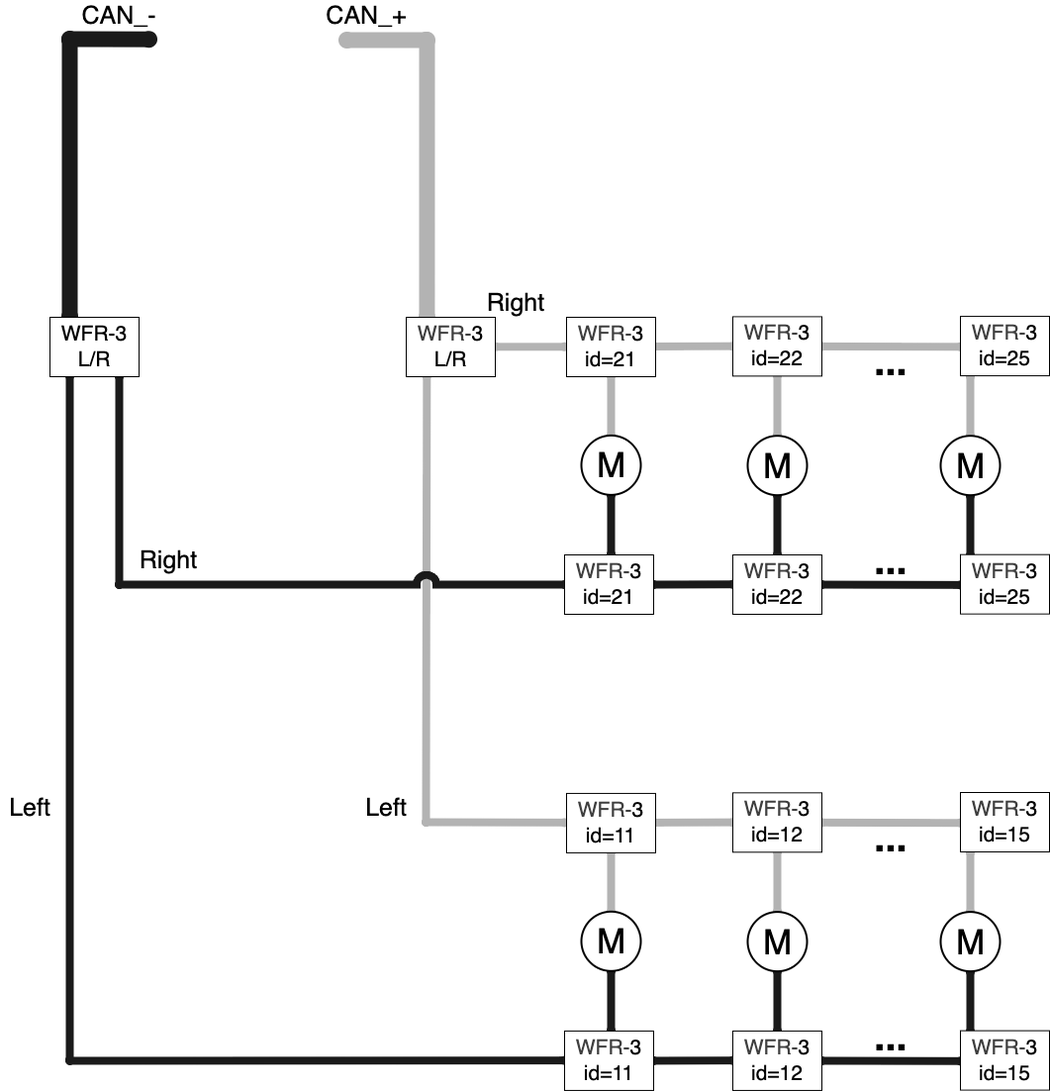
Above: electronics/design/circuit_can.drawio.png in kim-xps12/bsl-droid (draw.io), before the change. Source tidied: cells renumbered, new cells last; positions are measured from the earlier drawing's top-left corner, leaving out a move shared by most shapes.
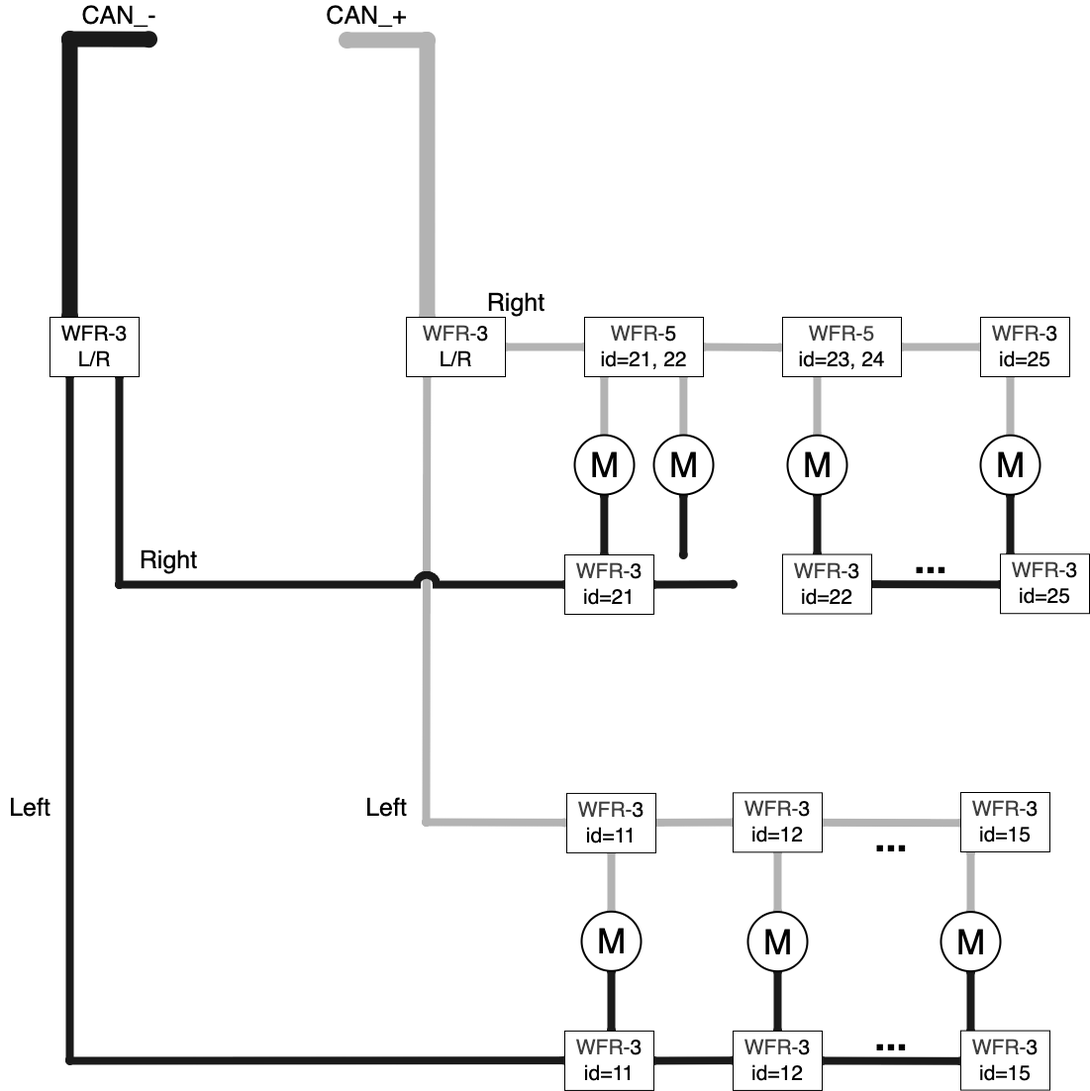
After the change.

Change to the diagram source:
```diff
@@ -2,6 +2,21 @@
   <root>
     <mxCell id="0" />
     <mxCell id="1" parent="0" />
+    <mxCell id="63" style="endArrow=oval;html=1;entryX=1;entryY=0.5;entryDx=0;entryDy=0;entryPerimeter=0;strokeColor=#B3B3B3;strokeWidth=8;targetPerimeterSpacing=0;sourcePerimeterSpacing=0;startArrow=oval;startFill=1;endFill=1;endSize=1;startSize=1;" parent="1" edge="1">
+      <mxGeometry relative="1" as="geometry">
+        <mxPoint x="689.9" y="440" as="sourcePoint" />
+        <mxPoint x="689.9" y="380" as="targetPoint" />
+      </mxGeometry>
+    </mxCell>
+    <mxCell id="64" style="endArrow=oval;html=1;entryX=1;entryY=0.5;entryDx=0;entryDy=0;entryPerimeter=0;strokeColor=#1A1A1A;strokeWidth=8;targetPerimeterSpacing=0;sourcePerimeterSpacing=0;startArrow=oval;startFill=1;endFill=1;endSize=1;startSize=1;" parent="1" edge="1">
+      <mxGeometry relative="1" as="geometry">
+        <mxPoint x="689.9" y="560" as="sourcePoint" />
+        <mxPoint x="689.9" y="500" as="targetPoint" />
+      </mxGeometry>
+    </mxCell>
+    <mxCell id="65" value="M" style="verticalLabelPosition=middle;shadow=0;dashed=0;align=center;html=1;verticalAlign=middle;strokeWidth=2;shape=ellipse;fontSize=35;" parent="1" vertex="1">
+      <mxGeometry x="660" y="439.1" width="60" height="60" as="geometry" />
+    </mxCell>
     <mxCell id="2" style="endArrow=oval;html=1;entryX=1;entryY=0.5;entryDx=0;entryDy=0;entryPerimeter=0;strokeColor=#B3B3B3;strokeWidth=8;targetPerimeterSpacing=0;sourcePerimeterSpacing=0;endSize=1;startSize=1;startArrow=oval;startFill=1;endFill=1;" parent="1" edge="1">
       <mxGeometry relative="1" as="geometry">
         <mxPoint x="430" y="830" as="sourcePoint" />
@@ -22,17 +37,14 @@
     </mxCell>
     <mxCell id="5" style="endArrow=oval;html=1;entryX=1;entryY=0.5;entryDx=0;entryDy=0;entryPerimeter=0;strokeColor=#B3B3B3;strokeWidth=8;targetPerimeterSpacing=0;sourcePerimeterSpacing=0;startArrow=oval;startFill=1;endFill=1;endSize=1;startSize=1;" parent="1" edge="1">
       <mxGeometry relative="1" as="geometry">
-        <mxPoint x="617" y="439.4" as="sourcePoint" />
-        <mxPoint x="617" y="379.4" as="targetPoint" />
+        <mxPoint x="609.9" y="440" as="sourcePoint" />
+        <mxPoint x="609.9" y="380" as="targetPoint" />
       </mxGeometry>
     </mxCell>
-    <mxCell id="6" value="&lt;font style=&quot;font-size: 40px;&quot;&gt;&lt;b style=&quot;&quot;&gt;...&lt;/b&gt;&lt;/font&gt;" style="text;html=1;align=center;verticalAlign=middle;whiteSpace=wrap;rounded=0;" parent="1" vertex="1">
-      <mxGeometry x="870" y="349.1" width="60" height="30" as="geometry" />
-    </mxCell>
     <mxCell id="7" style="endArrow=oval;html=1;entryX=1;entryY=0.5;entryDx=0;entryDy=0;entryPerimeter=0;strokeColor=#B3B3B3;strokeWidth=8;targetPerimeterSpacing=0;sourcePerimeterSpacing=0;startArrow=oval;startFill=1;endFill=1;endSize=1;startSize=1;" parent="1" edge="1">
       <mxGeometry relative="1" as="geometry">
-        <mxPoint x="785" y="439.1" as="sourcePoint" />
-        <mxPoint x="785" y="379.1" as="targetPoint" />
+        <mxPoint x="825" y="438.6" as="sourcePoint" />
+        <mxPoint x="825" y="378.6" as="targetPoint" />
       </mxGeometry>
     </mxCell>
     <mxCell id="8" style="endArrow=oval;html=1;strokeColor=#1A1A1A;strokeWidth=16;targetPerimeterSpacing=0;sourcePerimeterSpacing=0;endSize=1;startSize=1;startArrow=oval;startFill=1;endFill=1;" parent="1" edge="1">
@@ -59,43 +71,34 @@
         <mxPoint x="570" y="590" as="targetPoint" />
       </mxGeometry>
     </mxCell>
-    <mxCell id="12" style="endArrow=oval;html=1;entryX=1;entryY=0.5;entryDx=0;entryDy=0;entryPerimeter=0;strokeColor=#B3B3B3;strokeWidth=8;targetPerimeterSpacing=0;sourcePerimeterSpacing=0;startArrow=oval;startFill=1;endFill=1;endSize=1;startSize=1;" parent="1" edge="1">
-      <mxGeometry relative="1" as="geometry">
-        <mxPoint x="570" y="349.8" as="sourcePoint" />
-        <mxPoint x="500" y="349.8" as="targetPoint" />
-      </mxGeometry>
+    <mxCell id="12" style="endArrow=oval;html=1;entryX=1;entryY=0.5;entryDx=0;entryDy=0;strokeColor=#B3B3B3;strokeWidth=8;targetPerimeterSpacing=0;sourcePerimeterSpacing=0;startArrow=oval;startFill=1;endFill=1;endSize=1;startSize=1;exitX=0;exitY=0.5;exitDx=0;exitDy=0;" parent="1" edge="1" source="38" target="33">
+      <mxGeometry relative="1" as="geometry" />
     </mxCell>
-    <mxCell id="13" style="endArrow=oval;html=1;entryX=1;entryY=0.5;entryDx=0;entryDy=0;entryPerimeter=0;strokeColor=#B3B3B3;strokeWidth=8;targetPerimeterSpacing=0;sourcePerimeterSpacing=0;startArrow=oval;startFill=1;endFill=1;endSize=1;startSize=1;exitX=0;exitY=0.5;exitDx=0;exitDy=0;" parent="1" edge="1">
-      <mxGeometry relative="1" as="geometry">
-        <mxPoint x="740" y="349.2" as="sourcePoint" />
-        <mxPoint x="660" y="349.5" as="targetPoint" />
-      </mxGeometry>
+    <mxCell id="13" style="endArrow=oval;html=1;entryX=1;entryY=0.5;entryDx=0;entryDy=0;strokeColor=#B3B3B3;strokeWidth=8;targetPerimeterSpacing=0;sourcePerimeterSpacing=0;startArrow=oval;startFill=1;endFill=1;endSize=1;startSize=1;exitX=-0.024;exitY=0.508;exitDx=0;exitDy=0;exitPerimeter=0;" parent="1" edge="1" source="40" target="38">
+      <mxGeometry relative="1" as="geometry" />
     </mxCell>
-    <mxCell id="14" style="endArrow=oval;html=1;entryX=1;entryY=0.5;entryDx=0;entryDy=0;entryPerimeter=0;strokeColor=#B3B3B3;strokeWidth=8;targetPerimeterSpacing=0;sourcePerimeterSpacing=0;startArrow=oval;startFill=1;endFill=1;endSize=1;startSize=1;" parent="1" edge="1">
-      <mxGeometry relative="1" as="geometry">
-        <mxPoint x="970" y="349.8" as="sourcePoint" />
-        <mxPoint x="830" y="349.4" as="targetPoint" />
-      </mxGeometry>
+    <mxCell id="14" style="endArrow=oval;html=1;entryX=1;entryY=0.5;entryDx=0;entryDy=0;strokeColor=#B3B3B3;strokeWidth=8;targetPerimeterSpacing=0;sourcePerimeterSpacing=0;startArrow=oval;startFill=1;endFill=1;endSize=1;startSize=1;exitX=0;exitY=0.5;exitDx=0;exitDy=0;" parent="1" edge="1" source="34" target="40">
+      <mxGeometry relative="1" as="geometry" />
     </mxCell>
     <mxCell id="15" style="endArrow=oval;html=1;entryX=1;entryY=0.5;entryDx=0;entryDy=0;entryPerimeter=0;strokeColor=#B3B3B3;strokeWidth=8;targetPerimeterSpacing=0;sourcePerimeterSpacing=0;startArrow=oval;startFill=1;endFill=1;endSize=1;startSize=1;" parent="1" edge="1">
       <mxGeometry relative="1" as="geometry">
-        <mxPoint x="980" y="439.7" as="sourcePoint" />
-        <mxPoint x="980" y="379.7" as="targetPoint" />
+        <mxPoint x="1020" y="439.2" as="sourcePoint" />
+        <mxPoint x="1020" y="379.2" as="targetPoint" />
       </mxGeometry>
     </mxCell>
     <mxCell id="16" style="endArrow=oval;html=1;entryX=1;entryY=0.5;entryDx=0;entryDy=0;entryPerimeter=0;strokeColor=#1A1A1A;strokeWidth=8;targetPerimeterSpacing=0;sourcePerimeterSpacing=0;startArrow=oval;startFill=1;endFill=1;endSize=1;startSize=1;" parent="1" edge="1">
       <mxGeometry relative="1" as="geometry">
-        <mxPoint x="617" y="559.4" as="sourcePoint" />
-        <mxPoint x="617" y="499.4" as="targetPoint" />
+        <mxPoint x="609.9" y="560" as="sourcePoint" />
+        <mxPoint x="609.9" y="500" as="targetPoint" />
       </mxGeometry>
     </mxCell>
     <mxCell id="17" value="&lt;font style=&quot;font-size: 40px;&quot;&gt;&lt;b style=&quot;&quot;&gt;...&lt;/b&gt;&lt;/font&gt;" style="text;html=1;align=center;verticalAlign=middle;whiteSpace=wrap;rounded=0;" parent="1" vertex="1">
-      <mxGeometry x="870" y="549.7" width="60" height="30" as="geometry" />
+      <mxGeometry x="910" y="549.2" width="60" height="30" as="geometry" />
     </mxCell>
     <mxCell id="18" style="endArrow=oval;html=1;entryX=1;entryY=0.5;entryDx=0;entryDy=0;entryPerimeter=0;strokeColor=#1A1A1A;strokeWidth=8;targetPerimeterSpacing=0;sourcePerimeterSpacing=0;startArrow=oval;startFill=1;endFill=1;endSize=1;startSize=1;" parent="1" edge="1">
       <mxGeometry relative="1" as="geometry">
-        <mxPoint x="785" y="559.7" as="sourcePoint" />
-        <mxPoint x="785" y="499.7" as="targetPoint" />
+        <mxPoint x="825" y="559.2" as="sourcePoint" />
+        <mxPoint x="825" y="499.2" as="targetPoint" />
       </mxGeometry>
     </mxCell>
     <mxCell id="19" style="endArrow=oval;html=1;entryX=1;entryY=0.5;entryDx=0;entryDy=0;entryPerimeter=0;strokeColor=#1A1A1A;strokeWidth=8;targetPerimeterSpacing=0;sourcePerimeterSpacing=0;startArrow=oval;startFill=1;endFill=1;endSize=1;startSize=1;exitX=0;exitY=0.5;exitDx=0;exitDy=0;" parent="1" edge="1">
@@ -106,24 +109,24 @@
     </mxCell>
     <mxCell id="20" style="endArrow=oval;html=1;entryX=1;entryY=0.5;entryDx=0;entryDy=0;entryPerimeter=0;strokeColor=#1A1A1A;strokeWidth=8;targetPerimeterSpacing=0;sourcePerimeterSpacing=0;startArrow=oval;startFill=1;endFill=1;endSize=1;startSize=1;" parent="1" edge="1">
       <mxGeometry relative="1" as="geometry">
-        <mxPoint x="970" y="590.4" as="sourcePoint" />
-        <mxPoint x="830" y="590" as="targetPoint" />
+        <mxPoint x="1010" y="589.9" as="sourcePoint" />
+        <mxPoint x="870" y="589.6" as="targetPoint" />
       </mxGeometry>
     </mxCell>
     <mxCell id="21" style="endArrow=oval;html=1;entryX=1;entryY=0.5;entryDx=0;entryDy=0;entryPerimeter=0;strokeColor=#1A1A1A;strokeWidth=8;targetPerimeterSpacing=0;sourcePerimeterSpacing=0;startArrow=oval;startFill=1;endFill=1;endSize=1;startSize=1;" parent="1" edge="1">
       <mxGeometry relative="1" as="geometry">
-        <mxPoint x="980" y="560.3" as="sourcePoint" />
-        <mxPoint x="980" y="500.3" as="targetPoint" />
+        <mxPoint x="1020" y="559.8" as="sourcePoint" />
+        <mxPoint x="1020" y="499.8" as="targetPoint" />
       </mxGeometry>
     </mxCell>
     <mxCell id="22" value="M" style="verticalLabelPosition=middle;shadow=0;dashed=0;align=center;html=1;verticalAlign=middle;strokeWidth=2;shape=ellipse;fontSize=35;" parent="1" vertex="1">
-      <mxGeometry x="587" y="439.4" width="60" height="60" as="geometry" />
+      <mxGeometry x="580" y="439.1" width="60" height="60" as="geometry" />
     </mxCell>
     <mxCell id="23" value="M" style="verticalLabelPosition=middle;shadow=0;dashed=0;align=center;html=1;verticalAlign=middle;strokeWidth=2;shape=ellipse;fontSize=35;" parent="1" vertex="1">
-      <mxGeometry x="755" y="439.7" width="60" height="60" as="geometry" />
+      <mxGeometry x="795" y="439.2" width="60" height="60" as="geometry" />
     </mxCell>
     <mxCell id="24" value="M" style="verticalLabelPosition=middle;shadow=0;dashed=0;align=center;html=1;verticalAlign=middle;strokeWidth=2;shape=ellipse;fontSize=35;" parent="1" vertex="1">
-      <mxGeometry x="950" y="439.7" width="60" height="60" as="geometry" />
+      <mxGeometry x="990" y="439.2" width="60" height="60" as="geometry" />
     </mxCell>
     <mxCell id="25" value="&lt;font style=&quot;font-size: 25px;&quot;&gt;Right&lt;/font&gt;" style="text;html=1;align=center;verticalAlign=middle;whiteSpace=wrap;rounded=0;" parent="1" vertex="1">
       <mxGeometry x="491.2" y="290" width="60" height="30" as="geometry" />
@@ -159,31 +162,31 @@
       <mxGeometry x="290" width="160" height="30" as="geometry" />
     </mxCell>
     <mxCell id="33" value="&lt;font style=&quot;font-size: 21px;&quot;&gt;&lt;span style=&quot;color: rgb(63, 63, 63);&quot;&gt;WFR-&lt;/span&gt;3&lt;/font&gt;&lt;div&gt;&lt;font style=&quot;font-size: 21px;&quot;&gt;L/R&lt;/font&gt;&lt;/div&gt;" style="rounded=0;whiteSpace=wrap;html=1;" parent="1" vertex="1">
-      <mxGeometry x="410" y="320" width="90" height="60" as="geometry" />
+      <mxGeometry x="410" y="320" width="100" height="60" as="geometry" />
     </mxCell>
     <mxCell id="34" value="&lt;font style=&quot;font-size: 21px;&quot;&gt;&lt;span style=&quot;color: rgb(63, 63, 63);&quot;&gt;WFR-&lt;/span&gt;3&lt;/font&gt;&lt;div&gt;&lt;font style=&quot;font-size: 21px;&quot;&gt;id=25&lt;/font&gt;&lt;/div&gt;" style="rounded=0;whiteSpace=wrap;html=1;" parent="1" vertex="1">
-      <mxGeometry x="970" y="319.1" width="90" height="60" as="geometry" />
+      <mxGeometry x="990" y="320" width="90" height="60" as="geometry" />
     </mxCell>
     <mxCell id="35" value="&lt;font style=&quot;font-size: 21px;&quot;&gt;WFR-3&lt;/font&gt;&lt;div&gt;&lt;font style=&quot;font-size: 21px;&quot;&gt;L/R&lt;/font&gt;&lt;/div&gt;" style="rounded=0;whiteSpace=wrap;html=1;" parent="1" vertex="1">
       <mxGeometry x="50" y="320" width="90" height="60" as="geometry" />
     </mxCell>
     <mxCell id="36" value="&lt;font style=&quot;font-size: 21px;&quot;&gt;&lt;span style=&quot;color: rgb(63, 63, 63);&quot;&gt;WFR-&lt;/span&gt;3&lt;/font&gt;&lt;div&gt;&lt;font style=&quot;font-size: 21px;&quot;&gt;id=25&lt;/font&gt;&lt;/div&gt;" style="rounded=0;whiteSpace=wrap;html=1;" parent="1" vertex="1">
-      <mxGeometry x="970" y="559.7" width="90" height="60" as="geometry" />
+      <mxGeometry x="1010" y="559.2" width="90" height="60" as="geometry" />
     </mxCell>
     <mxCell id="37" value="&lt;font style=&quot;font-size: 25px;&quot;&gt;CAN_-&lt;/font&gt;" style="text;html=1;align=center;verticalAlign=middle;whiteSpace=wrap;rounded=0;" parent="1" vertex="1">
       <mxGeometry x="40" width="160" height="30" as="geometry" />
     </mxCell>
-    <mxCell id="38" value="&lt;font style=&quot;font-size: 21px;&quot;&gt;&lt;span style=&quot;color: rgb(63, 63, 63);&quot;&gt;WFR-&lt;/span&gt;3&lt;/font&gt;&lt;div&gt;&lt;font style=&quot;font-size: 21px;&quot;&gt;id=21&lt;/font&gt;&lt;/div&gt;" style="rounded=0;whiteSpace=wrap;html=1;" parent="1" vertex="1">
-      <mxGeometry x="572" y="320" width="90" height="60" as="geometry" />
+    <mxCell id="38" value="&lt;font style=&quot;font-size: 21px;&quot;&gt;&lt;span style=&quot;color: rgb(63, 63, 63);&quot;&gt;WFR-&lt;/span&gt;5&lt;/font&gt;&lt;div&gt;&lt;font style=&quot;font-size: 21px;&quot;&gt;id=21, 22&lt;/font&gt;&lt;/div&gt;" style="rounded=0;whiteSpace=wrap;html=1;" parent="1" vertex="1">
+      <mxGeometry x="590" y="320" width="120" height="60" as="geometry" />
     </mxCell>
     <mxCell id="39" value="&lt;font style=&quot;font-size: 21px;&quot;&gt;&lt;span style=&quot;color: rgb(63, 63, 63);&quot;&gt;WFR-&lt;/span&gt;3&lt;/font&gt;&lt;div&gt;&lt;font style=&quot;font-size: 21px;&quot;&gt;id=21&lt;/font&gt;&lt;/div&gt;" style="rounded=0;whiteSpace=wrap;html=1;" parent="1" vertex="1">
       <mxGeometry x="570" y="560" width="90" height="60" as="geometry" />
     </mxCell>
-    <mxCell id="40" value="&lt;font style=&quot;font-size: 21px;&quot;&gt;&lt;span style=&quot;color: rgb(63, 63, 63);&quot;&gt;WFR-&lt;/span&gt;3&lt;/font&gt;&lt;div&gt;&lt;font style=&quot;font-size: 21px;&quot;&gt;id=22&lt;/font&gt;&lt;/div&gt;" style="rounded=0;whiteSpace=wrap;html=1;" parent="1" vertex="1">
-      <mxGeometry x="740" y="319.4" width="90" height="60" as="geometry" />
+    <mxCell id="40" value="&lt;font style=&quot;font-size: 21px;&quot;&gt;&lt;span style=&quot;color: rgb(63, 63, 63);&quot;&gt;WFR-5&lt;/span&gt;&lt;/font&gt;&lt;div&gt;&lt;font style=&quot;font-size: 21px;&quot;&gt;id=23, 24&lt;/font&gt;&lt;/div&gt;" style="rounded=0;whiteSpace=wrap;html=1;" parent="1" vertex="1">
+      <mxGeometry x="790" y="320" width="120" height="60" as="geometry" />
     </mxCell>
     <mxCell id="41" value="&lt;font style=&quot;font-size: 21px;&quot;&gt;&lt;span style=&quot;color: rgb(63, 63, 63);&quot;&gt;WFR-&lt;/span&gt;3&lt;/font&gt;&lt;div&gt;&lt;font style=&quot;font-size: 21px;&quot;&gt;id=22&lt;/font&gt;&lt;/div&gt;" style="rounded=0;whiteSpace=wrap;html=1;" parent="1" vertex="1">
-      <mxGeometry x="740" y="560" width="90" height="60" as="geometry" />
+      <mxGeometry x="790" y="559.5" width="90" height="60" as="geometry" />
     </mxCell>
     <mxCell id="42" style="endArrow=oval;html=1;entryX=1;entryY=0.5;entryDx=0;entryDy=0;entryPerimeter=0;strokeColor=#B3B3B3;strokeWidth=8;targetPerimeterSpacing=0;sourcePerimeterSpacing=0;startArrow=oval;startFill=1;endFill=1;endSize=1;startSize=1;" parent="1" edge="1">
       <mxGeometry relative="1" as="geometry">
```
